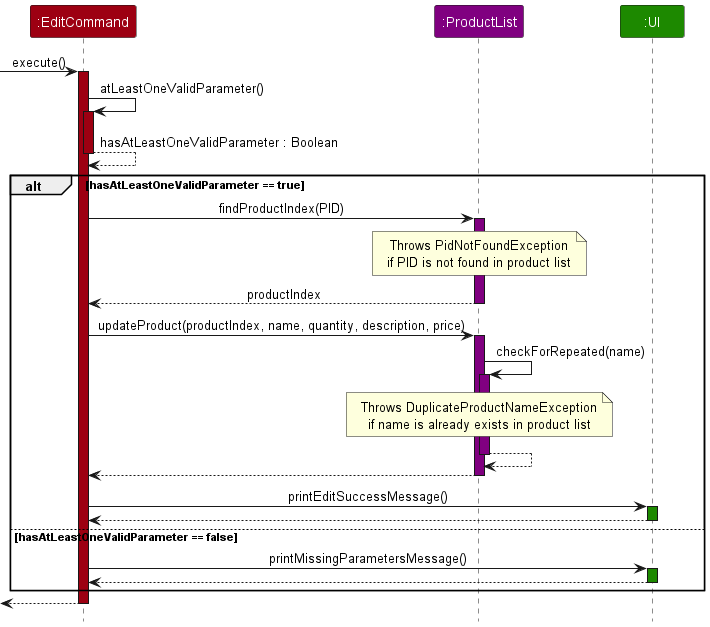
The PlantUML diagram docs/images/EditCommandExecuteSequenceDiagram.png in leongxingyu/tp, before a commit.
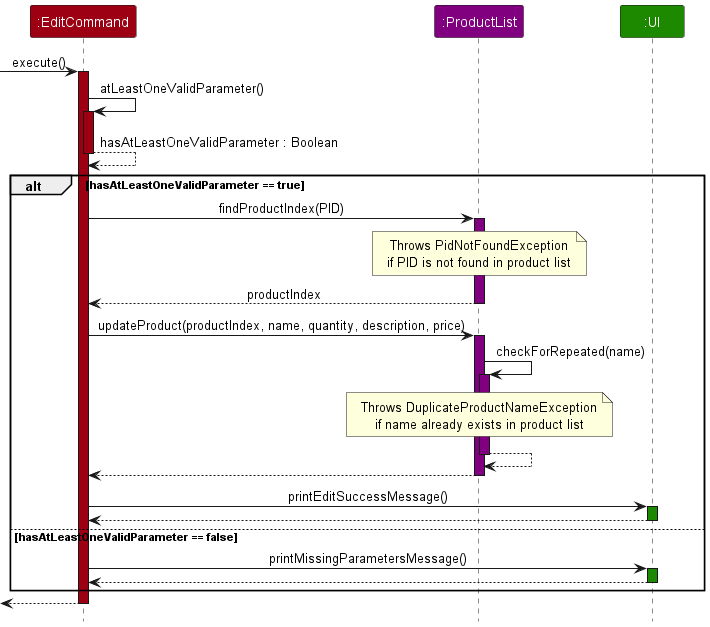
The same diagram one commit later.

Diff of the diagram source:
```diff
@@ -35,7 +35,7 @@
 
     note over productlist
         Throws DuplicateProductNameException
-        if name is already exists in product list
+        if name already exists in product list
     end note
 
     productlist --> productlist
```
